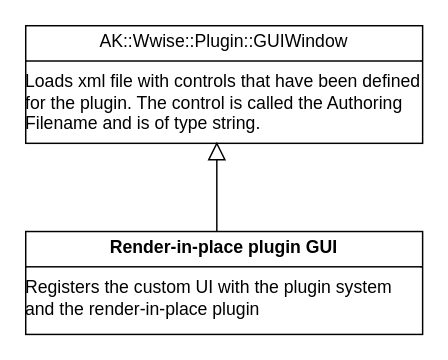
Above: GUIWindow.drawio in Saber033/Comp-Sci-IA (draw.io), before the change. Source tidied: cells renumbered, new cells numbered last; positions are measured from the earlier drawing's top-left corner, leaving out a move shared by most shapes. Both pictures are drawn from the tidied source at 147%, with x=0, y=0 at pixel (25, 25).
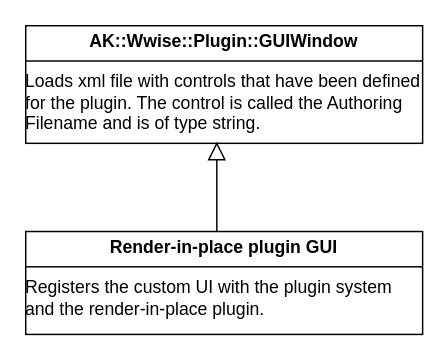
After the change.

The edit, as a diff of the source:
```diff
@@
 <mxGraphModel>
   <root>
     <mxCell id="0" />
     <mxCell id="1" parent="0" />
-    <mxCell id="2" value="&lt;p style=&quot;margin: 4px 0px 0px; text-align: center;&quot;&gt;AK::Wwise::Plugin::GUIWindow&lt;/p&gt;&lt;hr size=&quot;1&quot; style=&quot;border-style:solid;&quot;&gt;&lt;div style=&quot;height:2px;&quot;&gt;Loads xml file with controls that have been defined for the plugin. The control is called the Authoring Filename and is of type string.&lt;/div&gt;&lt;div style=&quot;height:2px;&quot;&gt;&lt;br&gt;&lt;/div&gt;" style="verticalAlign=top;align=left;overflow=fill;html=1;whiteSpace=wrap;spacingTop=0;spacingLeft=0;spacingBottom=0;spacingRight=0;perimeterSpacing=0;" parent="1" vertex="1">
+    <mxCell id="2" value="&lt;p style=&quot;margin: 4px 0px 0px; text-align: center;&quot;&gt;&lt;b&gt;AK::Wwise::Plugin::GUIWindow&lt;/b&gt;&lt;/p&gt;&lt;hr size=&quot;1&quot; style=&quot;border-style:solid;&quot;&gt;&lt;div style=&quot;height:2px;&quot;&gt;Loads xml file with controls that have been defined for the plugin. The control is called the Authoring Filename and is of type string.&lt;/div&gt;&lt;div style=&quot;height:2px;&quot;&gt;&lt;br&gt;&lt;/div&gt;" style="verticalAlign=top;align=left;overflow=fill;html=1;whiteSpace=wrap;spacingTop=0;spacingLeft=0;spacingBottom=0;spacingRight=0;perimeterSpacing=0;" parent="1" vertex="1">
       <mxGeometry width="270" height="80" as="geometry" />
     </mxCell>
-    <mxCell id="3" value="&lt;p style=&quot;margin:0px;margin-top:4px;text-align:center;&quot;&gt;&lt;b&gt;Render-in-place plugin GUI&lt;/b&gt;&lt;/p&gt;&lt;hr size=&quot;1&quot; style=&quot;border-style:solid;&quot;&gt;&lt;div style=&quot;height:2px;&quot;&gt;Registers the custom UI with the plugin system and the render-in-place plugin&lt;/div&gt;" style="verticalAlign=top;align=left;overflow=fill;html=1;whiteSpace=wrap;" parent="1" vertex="1">
+    <mxCell id="3" value="&lt;p style=&quot;margin:0px;margin-top:4px;text-align:center;&quot;&gt;&lt;b&gt;Render-in-place plugin GUI&lt;/b&gt;&lt;/p&gt;&lt;hr size=&quot;1&quot; style=&quot;border-style:solid;&quot;&gt;&lt;div style=&quot;height:2px;&quot;&gt;Registers the custom UI with the plugin system and the render-in-place plugin.&lt;/div&gt;" style="verticalAlign=top;align=left;overflow=fill;html=1;whiteSpace=wrap;" parent="1" vertex="1">
       <mxGeometry y="140" width="270" height="70" as="geometry" />
     </mxCell>
     <mxCell id="4" style="endArrow=block;endSize=10;endFill=0;shadow=0;strokeWidth=1;rounded=0;elbow=vertical;" parent="1" edge="1">
       <mxGeometry relative="1" as="geometry">
         <mxPoint x="130" y="140" as="sourcePoint" />
         <mxPoint x="130" y="79" as="targetPoint" />
       </mxGeometry>
     </mxCell>
   </root>
 </mxGraphModel>
```
